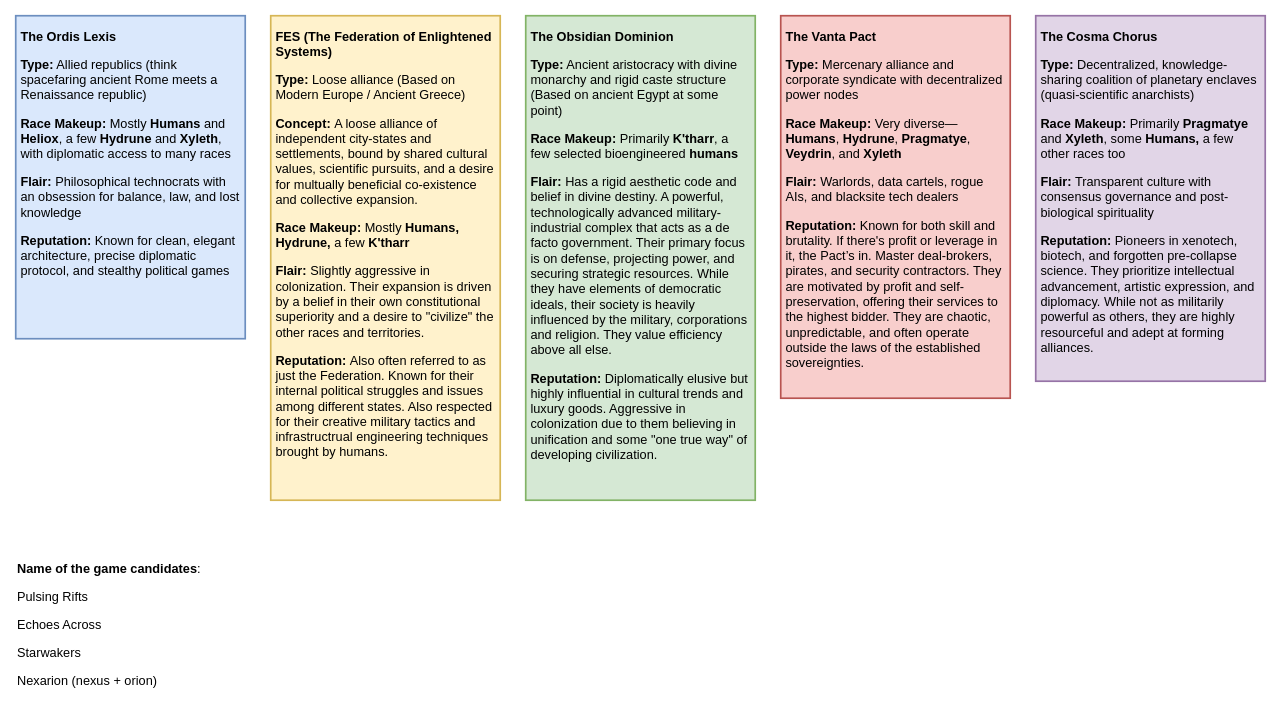
Earlier version of the draw.io diagram page "Factions" (1 of 4) of designs/narrative texts.drawio (eerieA/game-nexarion). Source tidied: cells renumbered, new cells numbered last; positions are measured from the earlier drawing's top-left corner, leaving out a move shared by most shapes. Both pictures are drawn from the tidied source at 85%, with x=0, y=0 at pixel (15, 15).
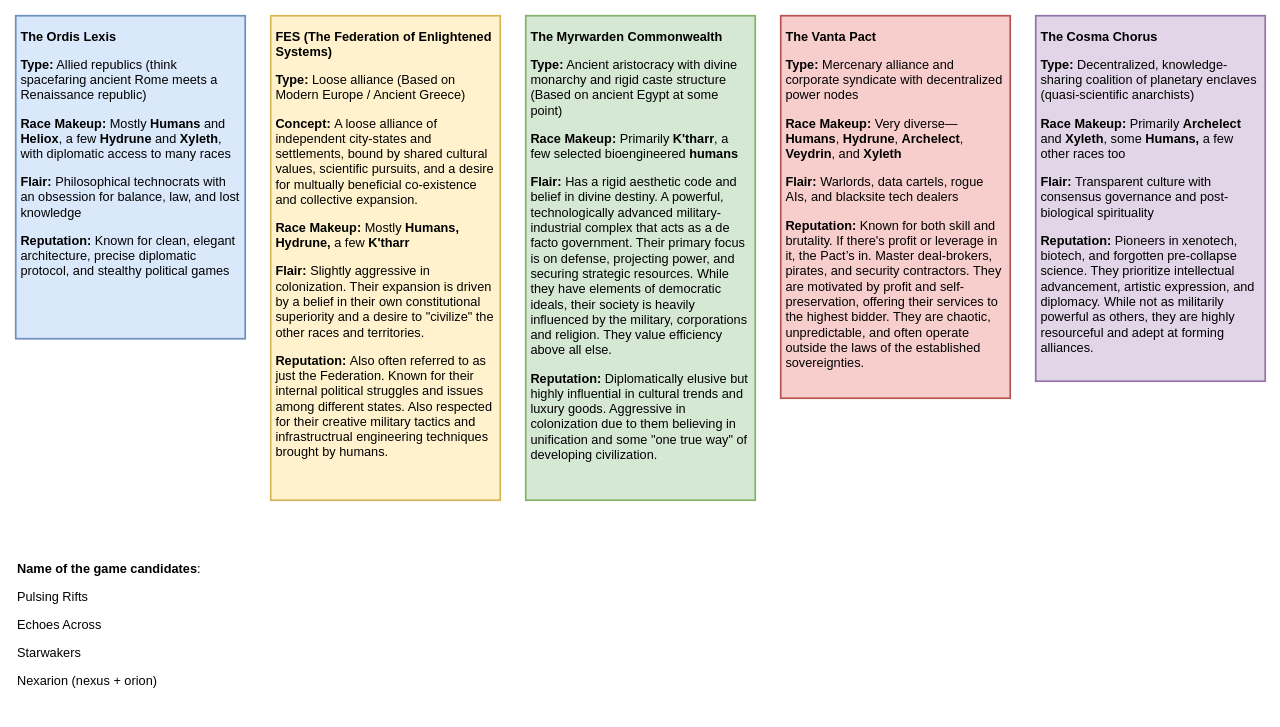
Above is the later version.

What changed in the source:
```diff
@@
 <mxGraphModel>
   <root>
     <mxCell id="0" />
     <mxCell id="1" parent="0" />
     <mxCell id="2" value="&lt;p&gt;&lt;strong&gt;The Ordis Lexis&lt;/strong&gt;&lt;/p&gt;&lt;p&gt;&lt;strong&gt;Type:&lt;/strong&gt; Allied republics (think spacefaring ancient Rome meets a Renaissance republic)&lt;/p&gt;&lt;p&gt;&lt;strong&gt;Race Makeup:&lt;/strong&gt; Mostly &lt;strong&gt;Humans&lt;/strong&gt; and &lt;strong&gt;Heliox&lt;/strong&gt;, a few &lt;strong&gt;Hydrune&lt;/strong&gt; and &lt;strong&gt;Xyleth&lt;/strong&gt;, with diplomatic access to many races&lt;/p&gt;&lt;p&gt;&lt;strong&gt;Flair:&lt;/strong&gt; Philosophical technocrats with an obsession for balance, law, and lost knowledge&lt;/p&gt;&lt;p&gt;&lt;strong&gt;Reputation:&lt;/strong&gt; Known for clean, elegant architecture, precise diplomatic protocol, and stealthy political games&lt;/p&gt;" style="rounded=0;whiteSpace=wrap;html=1;fillColor=#dae8fc;strokeColor=#6c8ebf;align=left;fontSize=15;verticalAlign=top;labelBackgroundColor=none;spacing=6;spacingTop=-10;strokeWidth=2;" parent="1" vertex="1">
       <mxGeometry width="270" height="380" as="geometry" />
     </mxCell>
     <mxCell id="3" value="&lt;p&gt;&lt;strong&gt;FES (&lt;/strong&gt;&lt;span style=&quot;background-color: transparent;&quot;&gt;&lt;b&gt;The Federation of Enlightened Systems&lt;/b&gt;&lt;/span&gt;&lt;strong style=&quot;background-color: transparent; color: light-dark(rgb(0, 0, 0), rgb(255, 255, 255));&quot;&gt;)&lt;/strong&gt;&lt;/p&gt;&lt;p&gt;&lt;strong&gt;Type:&lt;/strong&gt;&amp;nbsp;Loose alliance (Based on Modern Europe / Ancient Greece)&lt;/p&gt;&lt;p&gt;&lt;strong&gt;Concept:&lt;/strong&gt;&amp;nbsp;A loose alliance of independent city-states and settlements, bound by shared cultural values, scientific pursuits, and a desire for multually beneficial co-existence and collective expansion.&lt;/p&gt;&lt;p&gt;&lt;strong&gt;Race Makeup:&lt;/strong&gt; Mostly &lt;strong&gt;Humans, Hydrune, &lt;/strong&gt;a few &lt;strong&gt;K'tharr&lt;/strong&gt;&lt;/p&gt;&lt;p&gt;&lt;strong&gt;Flair:&lt;/strong&gt; Slightly aggressive in colonization. Their expansion is driven by a belief in their own constitutional superiority and a desire to &quot;civilize&quot; the other races and territories.&lt;/p&gt;&lt;p&gt;&lt;strong&gt;Reputation:&lt;/strong&gt;&amp;nbsp;Also often referred to as just the Federation. Known for their internal political struggles and issues among different states. Also respected for their creative military tactics and infrastructrual engineering techniques brought by humans.&lt;/p&gt;" style="rounded=0;whiteSpace=wrap;html=1;fillColor=#fff2cc;strokeColor=#d6b656;align=left;fontSize=15;verticalAlign=top;labelBackgroundColor=none;spacing=6;spacingTop=-10;strokeWidth=2;" parent="1" vertex="1">
       <mxGeometry x="300" width="270" height="570" as="geometry" />
     </mxCell>
-    <mxCell id="4" value="&lt;p&gt;&lt;strong&gt;The Obsidian Dominion&lt;/strong&gt;&lt;/p&gt;&lt;p&gt;&lt;strong&gt;Type:&lt;/strong&gt; Ancient aristocracy with divine monarchy and rigid caste structure (Based on ancient Egypt at some point)&lt;/p&gt;&lt;p&gt;&lt;strong&gt;Race Makeup:&lt;/strong&gt; Primarily &lt;strong&gt;K'tharr&lt;/strong&gt;, a few selected bioengineered &lt;strong&gt;humans&lt;/strong&gt;&lt;/p&gt;&lt;p&gt;&lt;strong&gt;Flair:&lt;/strong&gt; Has a rigid aesthetic code and belief in divine destiny. A powerful, technologically advanced military-industrial complex that acts as a de facto government. Their primary focus is on defense, projecting power, and securing strategic resources. While they have elements of democratic ideals, their society is heavily influenced by the military, corporations and religion. They value efficiency above all else.&lt;/p&gt;&lt;p&gt;&lt;strong&gt;Reputation:&lt;/strong&gt; Diplomatically elusive but highly influential in cultural trends and luxury goods. Aggressive in colonization due to them believing in unification and some &quot;one true way&quot; of developing civilization.&lt;/p&gt;" style="rounded=0;whiteSpace=wrap;html=1;fillColor=#d5e8d4;strokeColor=#82b366;align=left;fontSize=15;verticalAlign=top;labelBackgroundColor=none;spacing=6;spacingTop=-10;strokeWidth=2;" parent="1" vertex="1">
+    <mxCell id="4" value="&lt;p&gt;&lt;strong&gt;The Myrwarden Commonwealth&lt;/strong&gt;&lt;/p&gt;&lt;p&gt;&lt;strong&gt;Type:&lt;/strong&gt; Ancient aristocracy with divine monarchy and rigid caste structure (Based on ancient Egypt at some point)&lt;/p&gt;&lt;p&gt;&lt;strong&gt;Race Makeup:&lt;/strong&gt; Primarily &lt;strong&gt;K'tharr&lt;/strong&gt;, a few selected bioengineered &lt;strong&gt;humans&lt;/strong&gt;&lt;/p&gt;&lt;p&gt;&lt;strong&gt;Flair:&lt;/strong&gt; Has a rigid aesthetic code and belief in divine destiny. A powerful, technologically advanced military-industrial complex that acts as a de facto government. Their primary focus is on defense, projecting power, and securing strategic resources. While they have elements of democratic ideals, their society is heavily influenced by the military, corporations and religion. They value efficiency above all else.&lt;/p&gt;&lt;p&gt;&lt;strong&gt;Reputation:&lt;/strong&gt; Diplomatically elusive but highly influential in cultural trends and luxury goods. Aggressive in colonization due to them believing in unification and some &quot;one true way&quot; of developing civilization.&lt;/p&gt;" style="rounded=0;whiteSpace=wrap;html=1;fillColor=#d5e8d4;strokeColor=#82b366;align=left;fontSize=15;verticalAlign=top;labelBackgroundColor=none;spacing=6;spacingTop=-10;strokeWidth=2;" parent="1" vertex="1">
       <mxGeometry x="600" width="270" height="570" as="geometry" />
     </mxCell>
-    <mxCell id="5" value="&lt;p&gt;&lt;strong&gt;The Vanta Pact&lt;/strong&gt;&lt;/p&gt;&lt;p&gt;&lt;strong&gt;Type:&lt;/strong&gt; Mercenary alliance and corporate syndicate with decentralized power nodes&lt;/p&gt;&lt;p&gt;&lt;strong&gt;Race Makeup:&lt;/strong&gt; Very diverse—&lt;strong&gt;Humans&lt;/strong&gt;, &lt;strong&gt;Hydrune&lt;/strong&gt;, &lt;strong&gt;Pragmatye&lt;/strong&gt;, &lt;strong&gt;Veydrin&lt;/strong&gt;, and &lt;strong&gt;Xyleth&lt;/strong&gt;&lt;/p&gt;&lt;p&gt;&lt;strong&gt;Flair:&lt;/strong&gt; Warlords, data cartels, rogue AIs, and blacksite tech dealers&lt;/p&gt;&lt;p&gt;&lt;strong&gt;Reputation:&lt;/strong&gt; Known for both skill and brutality. If there's profit or leverage in it, the Pact’s in. Master deal-brokers, pirates, and security contractors. They are motivated by profit and self-preservation, offering their services to the highest bidder. They are chaotic, unpredictable, and often operate outside the laws of the established sovereignties.&lt;/p&gt;" style="rounded=0;whiteSpace=wrap;html=1;fillColor=#f8cecc;strokeColor=#b85450;align=left;fontSize=15;verticalAlign=top;labelBackgroundColor=none;spacing=6;spacingTop=-10;strokeWidth=2;" parent="1" vertex="1">
+    <mxCell id="5" value="&lt;p&gt;&lt;strong&gt;The Vanta Pact&lt;/strong&gt;&lt;/p&gt;&lt;p&gt;&lt;strong&gt;Type:&lt;/strong&gt; Mercenary alliance and corporate syndicate with decentralized power nodes&lt;/p&gt;&lt;p&gt;&lt;strong&gt;Race Makeup:&lt;/strong&gt; Very diverse—&lt;strong&gt;Humans&lt;/strong&gt;, &lt;strong&gt;Hydrune&lt;/strong&gt;, &lt;strong&gt;Archelect&lt;/strong&gt;, &lt;strong&gt;Veydrin&lt;/strong&gt;, and &lt;strong&gt;Xyleth&lt;/strong&gt;&lt;/p&gt;&lt;p&gt;&lt;strong&gt;Flair:&lt;/strong&gt; Warlords, data cartels, rogue AIs, and blacksite tech dealers&lt;/p&gt;&lt;p&gt;&lt;strong&gt;Reputation:&lt;/strong&gt; Known for both skill and brutality. If there's profit or leverage in it, the Pact’s in. Master deal-brokers, pirates, and security contractors. They are motivated by profit and self-preservation, offering their services to the highest bidder. They are chaotic, unpredictable, and often operate outside the laws of the established sovereignties.&lt;/p&gt;" style="rounded=0;whiteSpace=wrap;html=1;fillColor=#f8cecc;strokeColor=#b85450;align=left;fontSize=15;verticalAlign=top;labelBackgroundColor=none;spacing=6;spacingTop=-10;strokeWidth=2;" parent="1" vertex="1">
       <mxGeometry x="900" width="270" height="450" as="geometry" />
     </mxCell>
-    <mxCell id="6" value="&lt;p&gt;&lt;strong&gt;The Cosma Chorus&lt;/strong&gt;&lt;/p&gt;&lt;p&gt;&lt;strong&gt;Type:&lt;/strong&gt; Decentralized, knowledge-sharing coalition of planetary enclaves (quasi-scientific anarchists)&lt;/p&gt;&lt;p&gt;&lt;strong&gt;Race Makeup:&lt;/strong&gt; Primarily &lt;strong&gt;Pragmatye&lt;/strong&gt; and &lt;strong&gt;Xyleth&lt;/strong&gt;, some &lt;strong&gt;Humans, &lt;/strong&gt;a few other races too&lt;/p&gt;&lt;p&gt;&lt;strong&gt;Flair:&lt;/strong&gt; Transparent culture with consensus governance and post-biological spirituality&lt;/p&gt;&lt;p&gt;&lt;strong&gt;Reputation:&lt;/strong&gt; Pioneers in xenotech, biotech, and forgotten pre-collapse science. They prioritize intellectual advancement, artistic expression, and diplomacy. While not as militarily powerful as others, they are highly resourceful and adept at forming alliances.&lt;/p&gt;" style="rounded=0;whiteSpace=wrap;html=1;fillColor=#e1d5e7;strokeColor=#9673a6;align=left;fontSize=15;verticalAlign=top;labelBackgroundColor=none;spacing=6;spacingTop=-10;strokeWidth=2;" parent="1" vertex="1">
+    <mxCell id="6" value="&lt;p&gt;&lt;strong&gt;The Cosma Chorus&lt;/strong&gt;&lt;/p&gt;&lt;p&gt;&lt;strong&gt;Type:&lt;/strong&gt; Decentralized, knowledge-sharing coalition of planetary enclaves (quasi-scientific anarchists)&lt;/p&gt;&lt;p&gt;&lt;strong&gt;Race Makeup:&lt;/strong&gt; Primarily &lt;strong&gt;Archelect&lt;/strong&gt; and &lt;strong&gt;Xyleth&lt;/strong&gt;, some &lt;strong&gt;Humans, &lt;/strong&gt;a few other races too&lt;/p&gt;&lt;p&gt;&lt;strong&gt;Flair:&lt;/strong&gt; Transparent culture with consensus governance and post-biological spirituality&lt;/p&gt;&lt;p&gt;&lt;strong&gt;Reputation:&lt;/strong&gt; Pioneers in xenotech, biotech, and forgotten pre-collapse science. They prioritize intellectual advancement, artistic expression, and diplomacy. While not as militarily powerful as others, they are highly resourceful and adept at forming alliances.&lt;/p&gt;" style="rounded=0;whiteSpace=wrap;html=1;fillColor=#e1d5e7;strokeColor=#9673a6;align=left;fontSize=15;verticalAlign=top;labelBackgroundColor=none;spacing=6;spacingTop=-10;strokeWidth=2;" parent="1" vertex="1">
       <mxGeometry x="1200" width="270" height="430" as="geometry" />
     </mxCell>
     <mxCell id="7" value="&lt;p&gt;&lt;b&gt;Name of the game candidates&lt;/b&gt;:&lt;/p&gt;&lt;p&gt;Pulsing Rifts&lt;/p&gt;&lt;p&gt;Echoes Across&lt;/p&gt;&lt;p&gt;Starwakers&lt;/p&gt;&lt;p&gt;Nexarion (nexus + orion)&lt;/p&gt;" style="text;html=1;align=left;verticalAlign=top;whiteSpace=wrap;rounded=0;fontSize=15;" parent="1" vertex="1">
       <mxGeometry y="620" width="238" height="200" as="geometry" />
     </mxCell>
   </root>
 </mxGraphModel>
```
